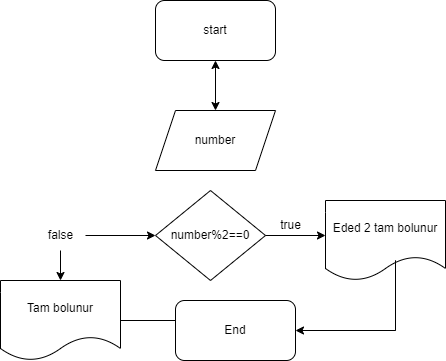
elchinma/p002 keeps this draw.io diagram as p200.drawio.png. Above is the earlier version. Source tidied: cells renumbered, new cells last; positions are measured from the earlier drawing's top-left corner, leaving out a move shared by most shapes. Its diagram source:
```xml
<mxGraphModel>
  <root>
    <mxCell id="0" />
    <mxCell id="1" parent="0" />
    <mxCell id="2" value="start" style="rounded=1;whiteSpace=wrap;html=1;" parent="1" vertex="1">
      <mxGeometry x="155" width="120" height="60" as="geometry" />
    </mxCell>
    <mxCell id="3" value="number" style="shape=parallelogram;perimeter=parallelogramPerimeter;whiteSpace=wrap;html=1;fixedSize=1;" parent="1" vertex="1">
      <mxGeometry x="155" y="110" width="120" height="60" as="geometry" />
    </mxCell>
    <mxCell id="4" style="endArrow=classic;startArrow=classic;html=1;rounded=0;entryX=0.5;entryY=1;entryDx=0;entryDy=0;exitX=0.5;exitY=0;exitDx=0;exitDy=0;" parent="1" edge="1" source="3" target="2">
      <mxGeometry relative="1" as="geometry" />
    </mxCell>
    <mxCell id="5" value="number%2==0" style="rhombus;whiteSpace=wrap;html=1;" parent="1" vertex="1">
      <mxGeometry x="155" y="190" width="110" height="90" as="geometry" />
    </mxCell>
    <mxCell id="6" style="endArrow=classic;html=1;rounded=0;exitX=1;exitY=0.5;exitDx=0;exitDy=0;" parent="1" edge="1" source="5">
      <mxGeometry relative="1" as="geometry">
        <mxPoint x="325" y="235" as="targetPoint" />
      </mxGeometry>
    </mxCell>
    <mxCell id="7" value="Eded 2 tam bolunur" style="shape=document;whiteSpace=wrap;html=1;boundedLbl=1;" parent="1" vertex="1">
      <mxGeometry x="325" y="200" width="120" height="80" as="geometry" />
    </mxCell>
    <mxCell id="8" value="true" style="text;html=1;align=center;verticalAlign=middle;fillColor=none;strokeColor=none;rounded=0;" parent="1" vertex="1">
      <mxGeometry x="270" y="210" width="40" height="30" as="geometry" />
    </mxCell>
    <mxCell id="9" style="endArrow=classic;html=1;rounded=0;entryX=0;entryY=0.5;entryDx=0;entryDy=0;" parent="1" edge="1" target="5">
      <mxGeometry relative="1" as="geometry">
        <mxPoint x="85" y="235" as="sourcePoint" />
      </mxGeometry>
    </mxCell>
    <mxCell id="10" value="false" style="text;html=1;align=center;verticalAlign=middle;points=[];fillColor=none;strokeColor=none;rounded=0;" parent="1" vertex="1">
      <mxGeometry x="35" y="220" width="50" height="30" as="geometry" />
    </mxCell>
    <mxCell id="11" style="endArrow=classic;html=1;rounded=0;" parent="1" edge="1" source="10" target="12">
      <mxGeometry relative="1" as="geometry" />
    </mxCell>
    <mxCell id="12" value="Tam bolunur" style="shape=document;whiteSpace=wrap;html=1;boundedLbl=1;" parent="1" vertex="1">
      <mxGeometry y="280" width="120" height="80" as="geometry" />
    </mxCell>
    <mxCell id="13" style="endArrow=classic;html=1;rounded=0;exitX=1;exitY=0.5;exitDx=0;exitDy=0;" parent="1" edge="1" source="12">
      <mxGeometry relative="1" as="geometry">
        <mxPoint x="205" y="320" as="targetPoint" />
      </mxGeometry>
    </mxCell>
    <mxCell id="14" value="End" style="rounded=1;whiteSpace=wrap;html=1;" parent="1" vertex="1">
      <mxGeometry x="175" y="300" width="120" height="60" as="geometry" />
    </mxCell>
    <mxCell id="15" style="endArrow=classic;html=1;rounded=0;entryX=1;entryY=0.5;entryDx=0;entryDy=0;" parent="1" edge="1" target="14">
      <mxGeometry relative="1" as="geometry">
        <mxPoint x="395" y="330" as="sourcePoint" />
        <Array as="points">
          <mxPoint x="395" y="260" />
          <mxPoint x="395" y="330" />
        </Array>
      </mxGeometry>
    </mxCell>
  </root>
</mxGraphModel>
```
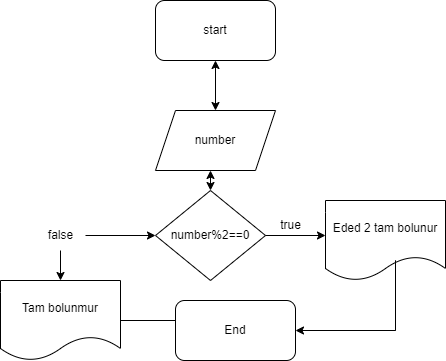
After the commit.

What changed in the source:
```diff
@@ -36,7 +36,7 @@
     <mxCell id="11" style="endArrow=classic;html=1;rounded=0;" parent="1" edge="1" source="10" target="12">
       <mxGeometry relative="1" as="geometry" />
     </mxCell>
-    <mxCell id="12" value="Tam bolunur" style="shape=document;whiteSpace=wrap;html=1;boundedLbl=1;" parent="1" vertex="1">
+    <mxCell id="12" value="Tam bolunmur" style="shape=document;whiteSpace=wrap;html=1;boundedLbl=1;" parent="1" vertex="1">
       <mxGeometry y="280" width="120" height="80" as="geometry" />
     </mxCell>
     <mxCell id="13" style="endArrow=classic;html=1;rounded=0;exitX=1;exitY=0.5;exitDx=0;exitDy=0;" parent="1" edge="1" source="12">
@@ -56,5 +56,10 @@
         </Array>
       </mxGeometry>
     </mxCell>
+    <mxCell id="16" style="endArrow=classic;startArrow=classic;html=1;rounded=0;exitX=0.5;exitY=0;exitDx=0;exitDy=0;" parent="1" edge="1" source="5">
+      <mxGeometry relative="1" as="geometry">
+        <mxPoint x="210" y="170" as="targetPoint" />
+      </mxGeometry>
+    </mxCell>
   </root>
 </mxGraphModel>
```
